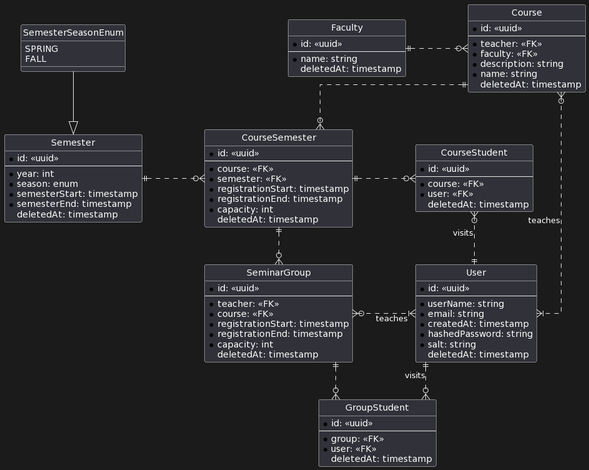
The PlantUML diagram diagrams/CoursesRegistrator.png in TheRikej/courses-registrator, before a commit.
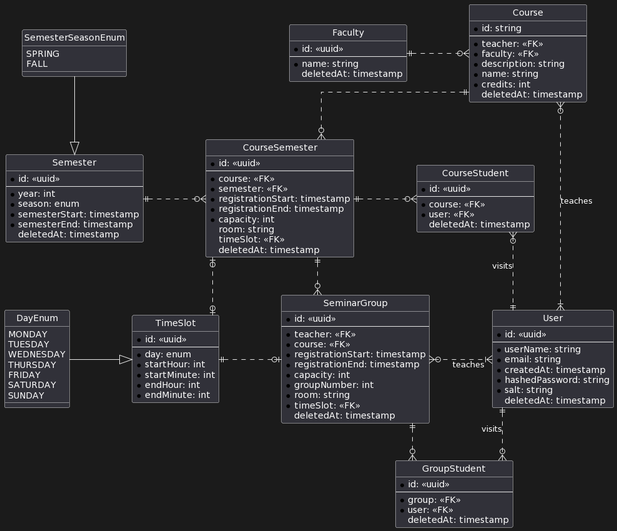
Later version of the same file.

Diff of the diagram source:
```diff
@@ -16,12 +16,13 @@
 }
 
 entity Course{
-    * id: <<uuid>>
+    * id: string
     ---
     * teacher: <<FK>>
     * faculty: <<FK>>
     * description: string
     * name: string
+    * credits: int
     deletedAt: timestamp
 }
 
@@ -33,6 +34,9 @@
     * registrationStart: timestamp
     * registrationEnd: timestamp
     * capacity: int
+    * groupNumber: int
+    * room: string
+    * timeSlot: <<FK>>
     deletedAt: timestamp
 }
 
@@ -61,6 +65,8 @@
     * registrationStart: timestamp
     * registrationEnd: timestamp
     * capacity: int
+    room: string
+    timeSlot: <<FK>>
     deletedAt: timestamp
 }
 
@@ -85,6 +91,26 @@
     FALL
 }
 
+entity TimeSlot {
+    * id: <<uuid>>
+    ---
+    * day: enum
+    * startHour: int
+    * startMinute: int
+    * endHour: int
+    * endMinute: int
+}
+
+Enum DayEnum {
+    MONDAY
+    TUESDAY
+    WEDNESDAY
+    THURSDAY
+    FRIDAY
+    SATURDAY
+    SUNDAY
+}
+
 
 User ||..o{ GroupStudent: visits
 SeminarGroup ||.r.o{ GroupStudent
@@ -102,5 +128,10 @@
 User }|.l.o{ Course: teaches
 User }|.l.o{ SeminarGroup: teaches
 
+CourseSemester |o..o| TimeSlot
+SeminarGroup |o.l.|| TimeSlot
+
+TimeSlot <|-l- DayEnum
+
 Semester <|-u- SemesterSeasonEnum
 @enduml
```
